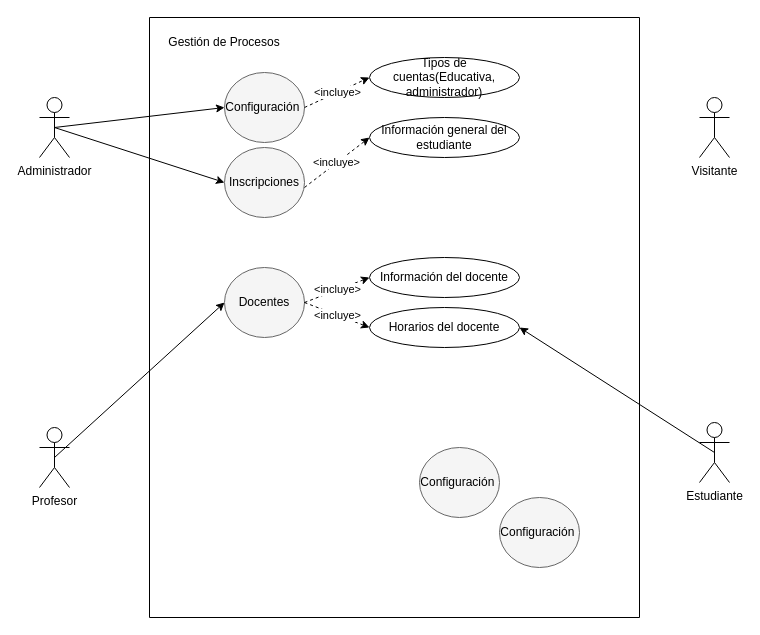
ElJoesPro/consulta_json keeps this draw.io diagram as Diagrama sin título.drawio. Above is the earlier version. Source tidied: cells renumbered, new cells numbered last; positions are measured from the earlier drawing's top-left corner, leaving out a move shared by most shapes. Both pictures are drawn from the tidied source at 100%, with x=0, y=0 at pixel (39, 17).
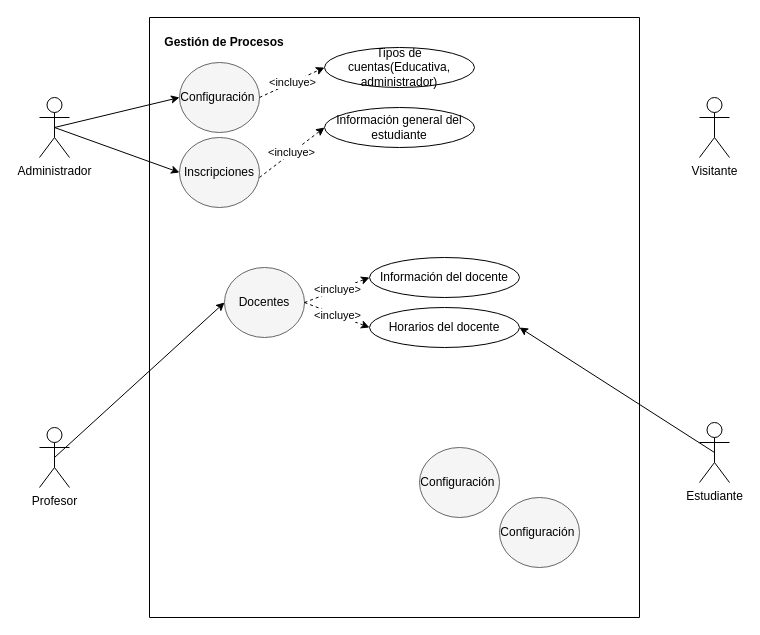
The same page after the edit.

The change refers to these unchanged cells:
```xml
<mxCell id="2" style="swimlane;startSize=0;" parent="1" vertex="1">
  <mxGeometry x="110" width="490" height="600" as="geometry" />
</mxCell>
```

The edit, as a diff of the source:
```diff
@@
-    <mxCell id="3" value="Gestión de Procesos" style="text;html=1;strokeColor=none;fillColor=none;align=center;verticalAlign=middle;whiteSpace=wrap;rounded=0;" parent="2" vertex="1">
-      <mxGeometry x="10" y="10" width="130" height="30" as="geometry" />
-    </mxCell>
     <mxCell id="4" style="ellipse;whiteSpace=wrap;html=1;fillColor=#f5f5f5;fontColor=#333333;strokeColor=#666666;" parent="2" vertex="1">
-      <mxGeometry x="75" y="55" width="80" height="70" as="geometry" />
+      <mxGeometry x="30" y="45" width="80" height="70" as="geometry" />
     </mxCell>
     <mxCell id="5" value="Configuración&amp;nbsp;" style="text;html=1;strokeColor=none;fillColor=none;align=center;verticalAlign=middle;whiteSpace=wrap;rounded=0;" parent="2" vertex="1">
-      <mxGeometry x="85" y="75" width="60" height="30" as="geometry" />
+      <mxGeometry x="40" y="65" width="60" height="30" as="geometry" />
     </mxCell>
     <mxCell id="6" value="Tipos de cuentas(Educativa, administrador)" style="ellipse;whiteSpace=wrap;html=1;" parent="2" vertex="1">
-      <mxGeometry x="220" y="40" width="150" height="40" as="geometry" />
+      <mxGeometry x="175" y="30" width="150" height="40" as="geometry" />
     </mxCell>
@@
     <mxCell id="8" style="ellipse;whiteSpace=wrap;html=1;fillColor=#f5f5f5;fontColor=#333333;strokeColor=#666666;" parent="2" vertex="1">
-      <mxGeometry x="75" y="130" width="80" height="70" as="geometry" />
+      <mxGeometry x="30" y="120" width="80" height="70" as="geometry" />
     </mxCell>
     <mxCell id="9" value="Inscripciones" style="text;html=1;strokeColor=none;fillColor=none;align=center;verticalAlign=middle;whiteSpace=wrap;rounded=0;" parent="2" vertex="1">
-      <mxGeometry x="85" y="150" width="60" height="30" as="geometry" />
+      <mxGeometry x="40" y="140" width="60" height="30" as="geometry" />
     </mxCell>
@@
     <mxCell id="16" value="Información general del estudiante" style="ellipse;whiteSpace=wrap;html=1;" parent="2" vertex="1">
-      <mxGeometry x="220" y="100" width="150" height="40" as="geometry" />
+      <mxGeometry x="175" y="90" width="150" height="40" as="geometry" />
     </mxCell>
     <mxCell id="17" value="&amp;lt;incluye&amp;gt;" style="endArrow=classic;html=1;rounded=0;jumpStyle=line;horizontal=1;dashed=1;exitX=1;exitY=0.5;exitDx=0;exitDy=0;entryX=0;entryY=0.5;entryDx=0;entryDy=0;" parent="2" edge="1" target="16">
       <mxGeometry relative="1" as="geometry">
-        <mxPoint x="155" y="170" as="sourcePoint" />
+        <mxPoint x="110" y="160" as="sourcePoint" />
       </mxGeometry>
     </mxCell>
@@
+    <mxCell id="3" value="&lt;b&gt;Gestión de Procesos&lt;/b&gt;" style="text;html=1;strokeColor=none;fillColor=none;align=center;verticalAlign=middle;whiteSpace=wrap;rounded=0;" parent="2" vertex="1">
+      <mxGeometry x="10" y="10" width="130" height="30" as="geometry" />
+    </mxCell>
```
